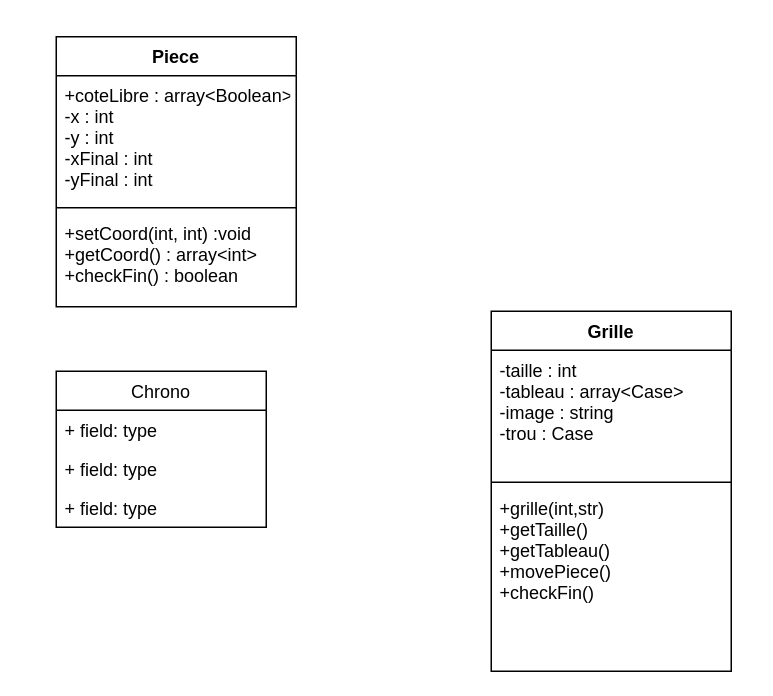
tiphainewo/Projet-Taquin keeps this draw.io diagram as Diagramme_Classes.drawio. Above is the earlier version. Source tidied: cells renumbered, new cells numbered last; positions are measured from the earlier drawing's top-left corner, leaving out a move shared by most shapes. Both pictures are drawn from the tidied source at 150%, with x=0, y=0 at pixel (56, 36).
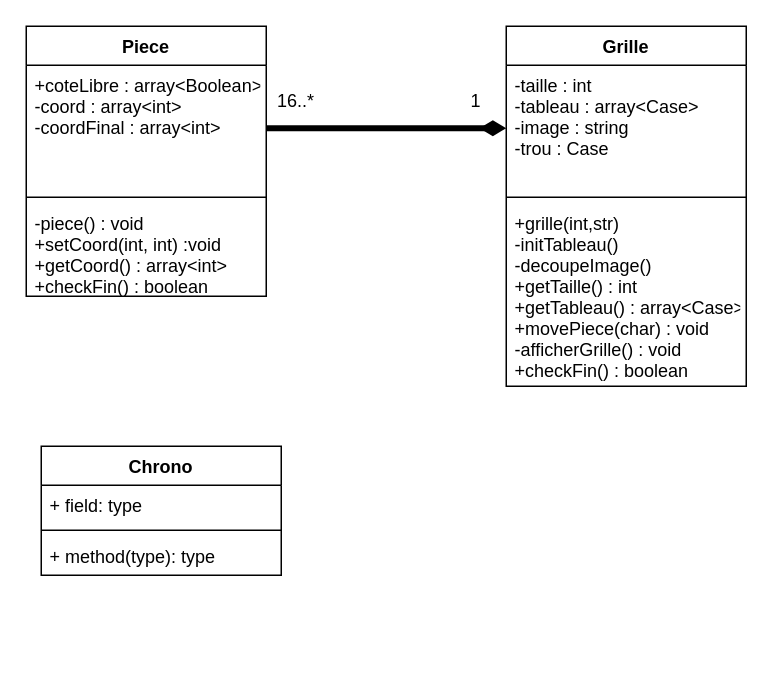
Above is the later version.

What changed in the source:
```diff
@@
 <mxGraphModel>
   <root>
     <mxCell id="0" />
     <mxCell id="1" parent="0" />
+    <mxCell id="10" value="Chrono" style="swimlane;fontStyle=1;align=center;verticalAlign=top;horizontal=1;startSize=26;glass=0;" parent="1" vertex="1">
+      <mxGeometry x="-10" y="273" width="160" height="86" as="geometry" />
+    </mxCell>
+    <mxCell id="14" value="+ field: type" style="text;strokeColor=none;fillColor=none;align=left;verticalAlign=top;spacingLeft=4;spacingRight=4;overflow=hidden;" parent="10" vertex="1">
+      <mxGeometry y="26" width="160" height="26" as="geometry" />
+    </mxCell>
+    <mxCell id="15" style="line;strokeWidth=1;fillColor=none;align=left;verticalAlign=middle;spacingTop=-1;spacingLeft=3;spacingRight=3;labelPosition=right;" parent="10" vertex="1">
+      <mxGeometry y="52" width="160" height="8" as="geometry" />
+    </mxCell>
+    <mxCell id="16" value="+ method(type): type" style="text;strokeColor=none;fillColor=none;align=left;verticalAlign=top;spacingLeft=4;spacingRight=4;overflow=hidden;" parent="10" vertex="1">
+      <mxGeometry y="60" width="160" height="26" as="geometry" />
+    </mxCell>
     <mxCell id="2" value="Grille" style="swimlane;fontStyle=1;align=center;verticalAlign=top;horizontal=1;startSize=26;" parent="1" vertex="1">
-      <mxGeometry x="290" y="183" width="160" height="240" as="geometry" />
+      <mxGeometry x="300" y="-7" width="160" height="240" as="geometry" />
     </mxCell>
-    <mxCell id="3" value="-taille : int&#10;-tableau : array&lt;Case&gt;&#10;-image : string&#10;-trou : Case" style="text;strokeColor=none;fillColor=none;align=left;verticalAlign=top;spacingLeft=4;spacingRight=4;overflow=hidden;points=[[0,0.5],[1,0.5]];portConstraint=eastwest;" parent="2" vertex="1">
+    <mxCell id="3" value="-taille : int&#10;-tableau : array&lt;Case&gt;&#10;-image : string&#10;-trou : Case" style="text;strokeColor=none;fillColor=none;align=left;verticalAlign=top;spacingLeft=4;spacingRight=4;overflow=hidden;points=[[0,0.5],[1,0.5]];portConstraint=eastwest;glass=0;" parent="2" vertex="1">
       <mxGeometry y="26" width="160" height="84" as="geometry" />
     </mxCell>
     <mxCell id="4" style="line;strokeWidth=1;fillColor=none;align=left;verticalAlign=middle;spacingTop=-1;spacingLeft=3;spacingRight=3;labelPosition=right;" parent="2" vertex="1">
       <mxGeometry y="110" width="160" height="8" as="geometry" />
     </mxCell>
-    <mxCell id="5" value="+grille(int,str)&#10;+getTaille()&#10;+getTableau()&#10;+movePiece()&#10;+checkFin()" style="text;strokeColor=none;fillColor=none;align=left;verticalAlign=top;spacingLeft=4;spacingRight=4;overflow=hidden;" parent="2" vertex="1">
+    <mxCell id="5" value="+grille(int,str)&#10;-initTableau()&#10;-decoupeImage()&#10;+getTaille() : int&#10;+getTableau() : array&lt;Case&gt;&#10;+movePiece(char) : void&#10;-afficherGrille() : void&#10;+checkFin() : boolean" style="text;strokeColor=none;fillColor=none;align=left;verticalAlign=top;spacingLeft=4;spacingRight=4;overflow=hidden;" parent="2" vertex="1">
       <mxGeometry y="118" width="160" height="122" as="geometry" />
     </mxCell>
     <mxCell id="6" value="Piece" style="swimlane;fontStyle=1;align=center;verticalAlign=top;horizontal=1;startSize=26;" parent="1" vertex="1">
-      <mxGeometry width="160" height="180" as="geometry" />
+      <mxGeometry x="-20" y="-7" width="160" height="180" as="geometry" />
     </mxCell>
-    <mxCell id="7" value="+coteLibre : array&lt;Boolean&gt;&#10;-x : int&#10;-y : int&#10;-xFinal : int&#10;-yFinal : int " style="text;strokeColor=none;fillColor=none;align=left;verticalAlign=top;spacingLeft=4;spacingRight=4;overflow=hidden;points=[[0,0.5],[1,0.5]];portConstraint=eastwest;" parent="6" vertex="1">
+    <mxCell id="7" value="+coteLibre : array&lt;Boolean&gt;&#10;-coord : array&lt;int&gt;&#10;-coordFinal : array&lt;int&gt;" style="text;strokeColor=none;fillColor=none;align=left;verticalAlign=top;spacingLeft=4;spacingRight=4;overflow=hidden;points=[[0,0.5],[1,0.5]];portConstraint=eastwest;" parent="6" vertex="1">
       <mxGeometry y="26" width="160" height="84" as="geometry" />
     </mxCell>
     <mxCell id="8" style="line;strokeWidth=1;fillColor=none;align=left;verticalAlign=middle;spacingTop=-1;spacingLeft=3;spacingRight=3;labelPosition=right;" parent="6" vertex="1">
       <mxGeometry y="110" width="160" height="8" as="geometry" />
     </mxCell>
-    <mxCell id="9" value="+setCoord(int, int) :void&#10;+getCoord() : array&lt;int&gt;&#10;+checkFin() : boolean" style="text;strokeColor=none;fillColor=none;align=left;verticalAlign=top;spacingLeft=4;spacingRight=4;overflow=hidden;" parent="6" vertex="1">
+    <mxCell id="9" value="-piece() : void&#10;+setCoord(int, int) :void&#10;+getCoord() : array&lt;int&gt;&#10;+checkFin() : boolean" style="text;strokeColor=none;fillColor=none;align=left;verticalAlign=top;spacingLeft=4;spacingRight=4;overflow=hidden;" parent="6" vertex="1">
       <mxGeometry y="118" width="160" height="62" as="geometry" />
     </mxCell>
-    <mxCell id="10" value="Chrono" style="swimlane;fontStyle=0;horizontal=1;startSize=26;fillColor=none;" parent="1" vertex="1">
-      <mxGeometry y="223" width="140" height="104" as="geometry" />
-    </mxCell>
-    <mxCell id="11" value="+ field: type" style="text;strokeColor=none;fillColor=none;align=left;verticalAlign=top;spacingLeft=4;spacingRight=4;overflow=hidden;" parent="10" vertex="1">
-      <mxGeometry y="26" width="140" height="26" as="geometry" />
-    </mxCell>
-    <mxCell id="12" value="+ field: type" style="text;strokeColor=none;fillColor=none;align=left;verticalAlign=top;spacingLeft=4;spacingRight=4;overflow=hidden;" parent="10" vertex="1">
-      <mxGeometry y="52" width="140" height="26" as="geometry" />
-    </mxCell>
-    <mxCell id="13" value="+ field: type" style="text;strokeColor=none;fillColor=none;align=left;verticalAlign=top;spacingLeft=4;spacingRight=4;overflow=hidden;" parent="10" vertex="1">
-      <mxGeometry y="78" width="140" height="26" as="geometry" />
-    </mxCell>
+    <mxCell id="17" style="edgeStyle=orthogonalEdgeStyle;rounded=0;jettySize=auto;html=1;endArrow=diamondThin;endFill=1;strokeWidth=4;" parent="1" edge="1" source="7" target="3">
+      <mxGeometry relative="1" as="geometry" />
+    </mxCell>
+    <mxCell id="18" value="16..*" style="text;html=1;strokeColor=none;fillColor=none;align=center;verticalAlign=middle;whiteSpace=wrap;rounded=0;glass=0;" parent="1" vertex="1">
+      <mxGeometry x="140" y="33" width="40" height="20" as="geometry" />
+    </mxCell>
+    <mxCell id="19" value="1" style="text;html=1;strokeColor=none;fillColor=none;align=center;verticalAlign=middle;whiteSpace=wrap;rounded=0;glass=0;" parent="1" vertex="1">
+      <mxGeometry x="260" y="33" width="40" height="20" as="geometry" />
+    </mxCell>
   </root>
 </mxGraphModel>
```
